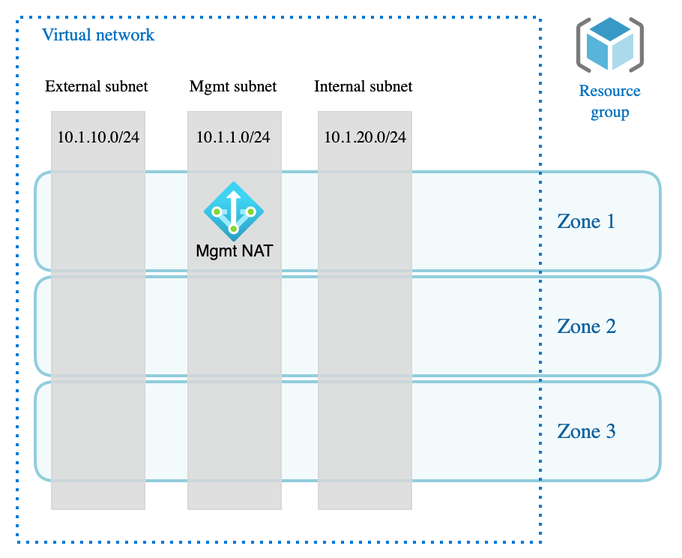
Before: modules/azure/terraform/network/min/azure-network.png, a diagram exported from draw.io (f5devcentral/f5-digital-customer-engagement-center). Source tidied: cells renumbered, new cells last; positions are measured from the earlier drawing's top-left corner, leaving out a move shared by most shapes.
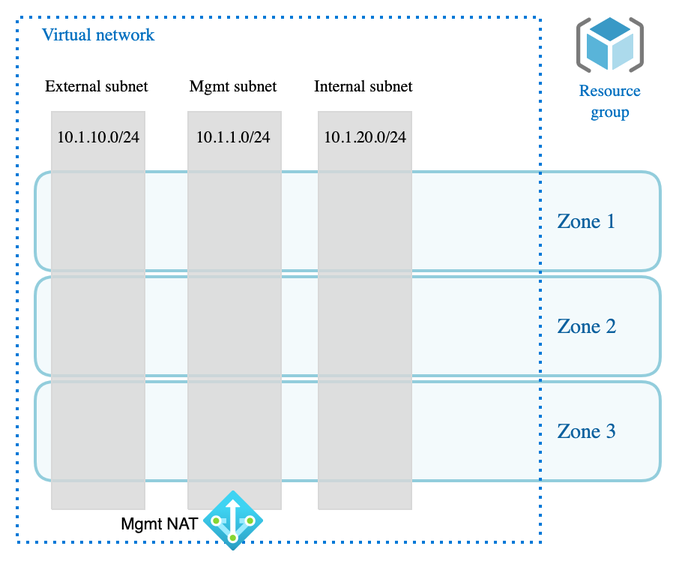
After the commit.

What changed in the source:
```diff
@@ -53,8 +53,8 @@
     <mxCell id="18" value="&lt;font style=&quot;font-size: 11px ; font-family: &amp;#34;segoe ui&amp;#34; ; color: #000000 ; direction: ltr ; letter-spacing: 0px ; line-height: 120% ; opacity: 1&quot;&gt;External subnet&lt;br&gt;&lt;/font&gt;" style="verticalAlign=middle;align=center;vsdxID=1658;fillColor=none;gradientColor=none;shape=(stored shape, 160 characters);strokeColor=none;labelBackgroundColor=none;rounded=0;html=1;whiteSpace=wrap;" parent="1" vertex="1">
       <mxGeometry x="5" y="35" width="97" height="20" as="geometry" />
     </mxCell>
-    <mxCell id="19" value="&lt;font style=&quot;font-size: 11px&quot;&gt;Mgmt NAT&lt;/font&gt;" style="html=1;align=center;image;fontSize=11;image=img/lib/azure2/networking/NAT.svg;labelBackgroundColor=none;spacingBottom=0;spacing=-5;" parent="1" vertex="1">
-      <mxGeometry x="125" y="110" width="40" height="40" as="geometry" />
+    <mxCell id="19" value="&lt;font style=&quot;font-size: 11px&quot;&gt;Mgmt NAT&lt;/font&gt;" style="html=1;align=center;image;fontSize=11;image=img/lib/azure2/networking/NAT.svg;labelBackgroundColor=none;spacingBottom=0;spacing=-29;spacingRight=99;" parent="1" vertex="1">
+      <mxGeometry x="124.5" y="316" width="40" height="40" as="geometry" />
     </mxCell>
     <mxCell id="20" style="group;" parent="1" vertex="1">
       <mxGeometry x="365" width="62" height="69" as="geometry" />
```
